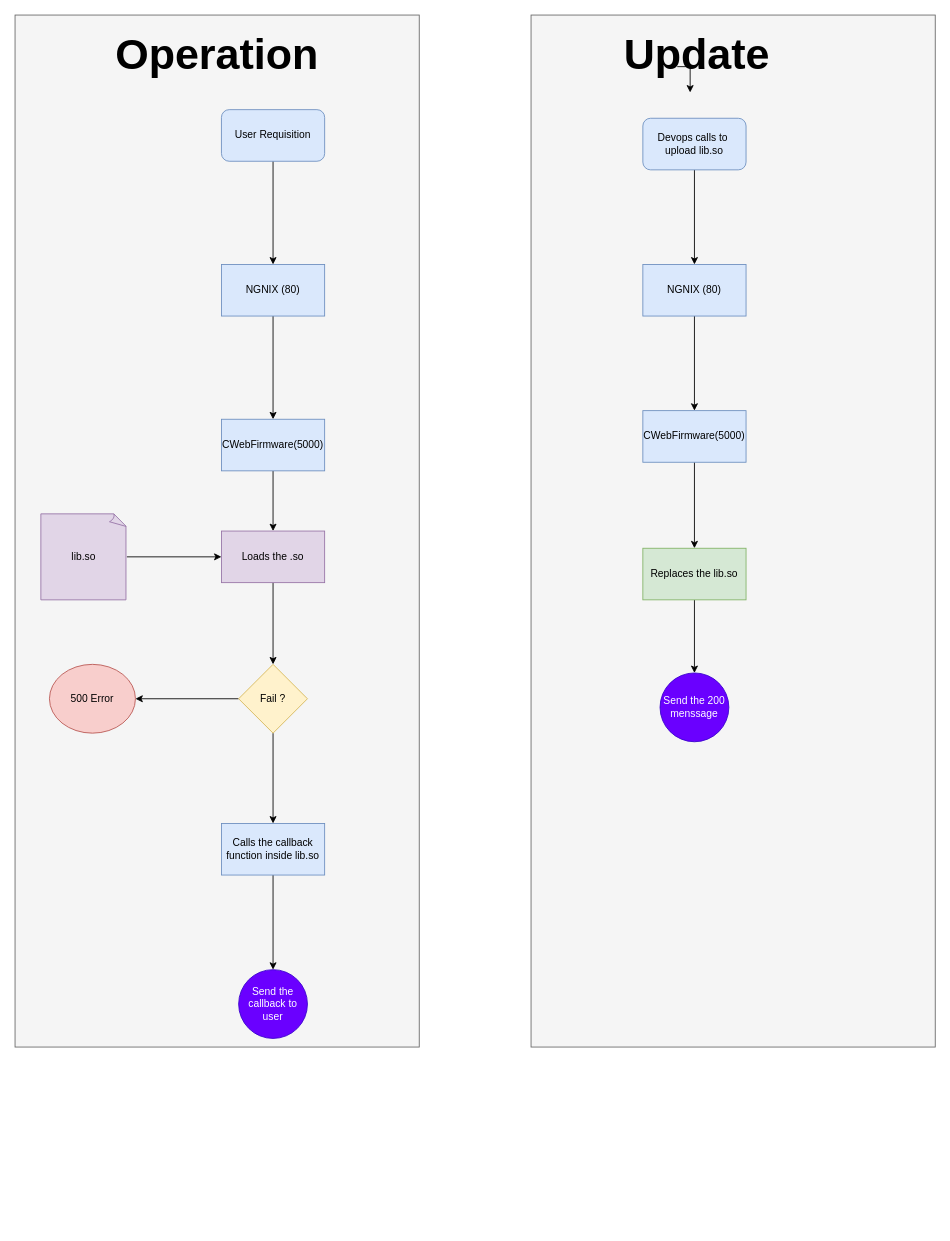
Earlier version of the draw.io diagram assets/firmware.drawio (OUIsolutions/CWebStudioFirmware). Source tidied: cells renumbered, new cells numbered last; positions are measured from the earlier drawing's top-left corner, leaving out a move shared by most shapes. Both pictures are drawn from the tidied source at 86%, with x=0, y=0 at pixel (15, 15).
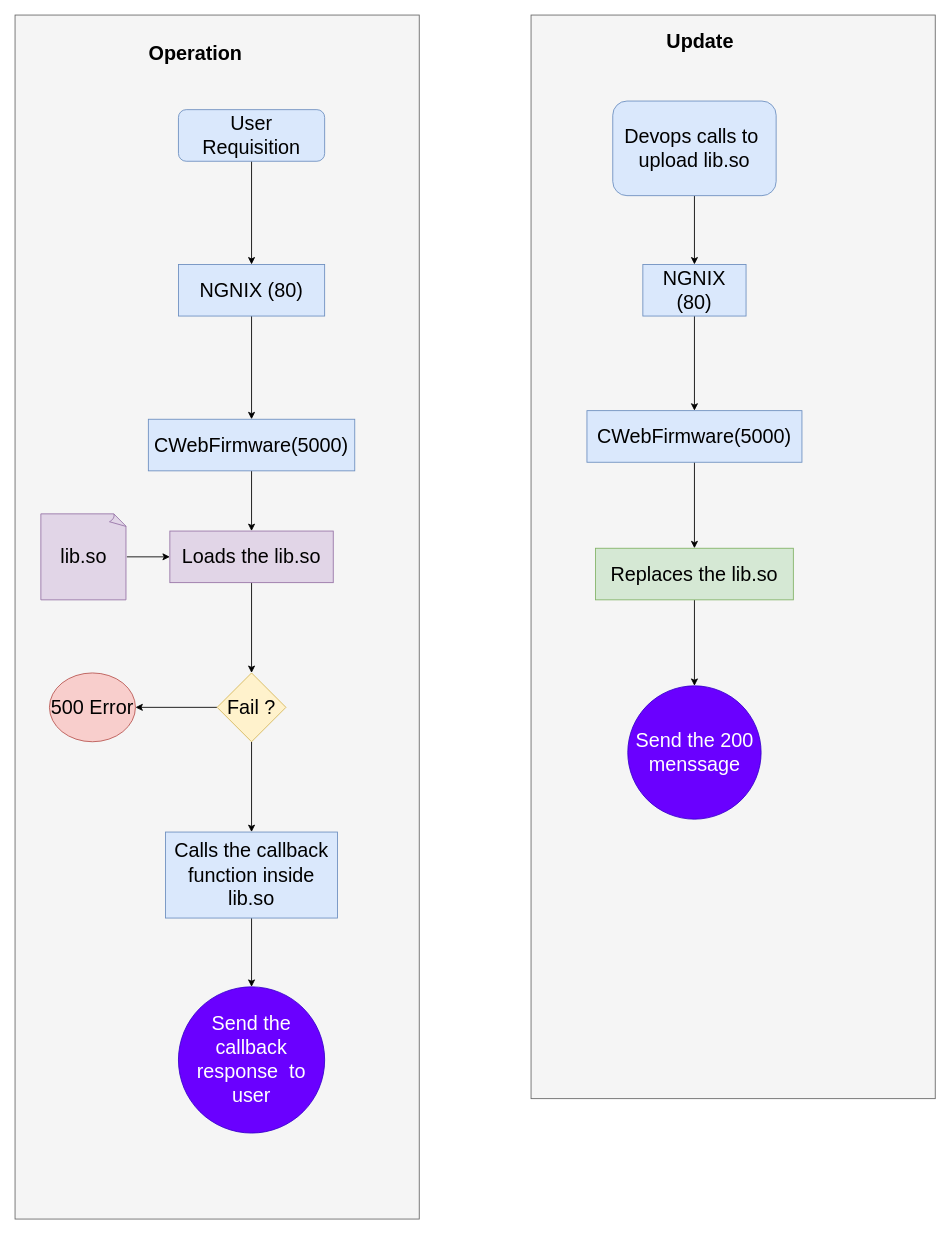
The same diagram, later.

Diff of the diagram source:
```diff
@@
-    <mxCell id="2" style="rounded=0;whiteSpace=wrap;html=1;fillColor=#f5f5f5;strokeColor=#666666;fontColor=#333333;" parent="1" vertex="1">
-      <mxGeometry x="600" width="470" height="1200" as="geometry" />
+    <mxCell id="2" style="rounded=0;whiteSpace=wrap;html=1;fillColor=#f5f5f5;strokeColor=#666666;fontColor=#333333;fontSize=23;" parent="1" vertex="1">
+      <mxGeometry x="600" width="470" height="1260" as="geometry" />
     </mxCell>
-    <mxCell id="3" style="rounded=0;whiteSpace=wrap;html=1;fillColor=#f5f5f5;strokeColor=#666666;fontColor=#333333;" parent="1" vertex="1">
-      <mxGeometry width="470" height="1200" as="geometry" />
+    <mxCell id="3" style="rounded=0;whiteSpace=wrap;html=1;fillColor=#f5f5f5;strokeColor=#666666;fontColor=#333333;fontSize=23;" parent="1" vertex="1">
+      <mxGeometry width="470" height="1400" as="geometry" />
     </mxCell>
-    <mxCell id="4" style="edgeStyle=orthogonalEdgeStyle;rounded=0;jettySize=auto;html=1;" parent="1" edge="1" source="5" target="7">
+    <mxCell id="4" style="edgeStyle=orthogonalEdgeStyle;rounded=0;jettySize=auto;html=1;fontSize=23;" parent="1" edge="1" source="5" target="7">
       <mxGeometry relative="1" as="geometry" />
     </mxCell>
-    <mxCell id="5" value="NGNIX (80)" style="rounded=0;whiteSpace=wrap;html=1;fillColor=#dae8fc;strokeColor=#6c8ebf;" parent="1" vertex="1">
-      <mxGeometry x="240" y="290" width="120" height="60" as="geometry" />
+    <mxCell id="5" value="NGNIX (80)" style="rounded=0;whiteSpace=wrap;html=1;fillColor=#dae8fc;strokeColor=#6c8ebf;fontSize=23;" parent="1" vertex="1">
+      <mxGeometry x="190" y="290" width="170" height="60" as="geometry" />
     </mxCell>
-    <mxCell id="6" style="edgeStyle=orthogonalEdgeStyle;rounded=0;jettySize=auto;html=1;entryX=0.5;entryY=0;entryDx=0;entryDy=0;" parent="1" edge="1" source="7" target="13">
+    <mxCell id="6" style="edgeStyle=orthogonalEdgeStyle;rounded=0;jettySize=auto;html=1;entryX=0.5;entryY=0;entryDx=0;entryDy=0;fontSize=23;" parent="1" edge="1" source="7" target="13">
       <mxGeometry relative="1" as="geometry" />
     </mxCell>
-    <mxCell id="7" value="CWebFirmware(5000)" style="rounded=0;whiteSpace=wrap;html=1;fillColor=#dae8fc;strokeColor=#6c8ebf;" parent="1" vertex="1">
-      <mxGeometry x="240" y="470" width="120" height="60" as="geometry" />
+    <mxCell id="7" value="CWebFirmware(5000)" style="rounded=0;whiteSpace=wrap;html=1;fillColor=#dae8fc;strokeColor=#6c8ebf;fontSize=23;" parent="1" vertex="1">
+      <mxGeometry x="155" y="470" width="240" height="60" as="geometry" />
     </mxCell>
-    <mxCell id="8" style="edgeStyle=orthogonalEdgeStyle;rounded=0;jettySize=auto;html=1;entryX=0.5;entryY=0;entryDx=0;entryDy=0;" parent="1" edge="1" source="9" target="5">
+    <mxCell id="8" style="edgeStyle=orthogonalEdgeStyle;rounded=0;jettySize=auto;html=1;entryX=0.5;entryY=0;entryDx=0;entryDy=0;fontSize=23;" parent="1" edge="1" source="9" target="5">
       <mxGeometry relative="1" as="geometry" />
     </mxCell>
-    <mxCell id="9" value="User Requisition" style="rounded=1;whiteSpace=wrap;html=1;fillColor=#dae8fc;strokeColor=#6c8ebf;" parent="1" vertex="1">
-      <mxGeometry x="240" y="110" width="120" height="60" as="geometry" />
+    <mxCell id="9" value="User Requisition" style="rounded=1;whiteSpace=wrap;html=1;fillColor=#dae8fc;strokeColor=#6c8ebf;fontSize=23;" parent="1" vertex="1">
+      <mxGeometry x="190" y="110" width="170" height="60" as="geometry" />
     </mxCell>
-    <mxCell id="10" style="edgeStyle=orthogonalEdgeStyle;rounded=0;jettySize=auto;html=1;" parent="1" edge="1" source="11" target="13">
+    <mxCell id="10" style="edgeStyle=orthogonalEdgeStyle;rounded=0;jettySize=auto;html=1;fontSize=23;" parent="1" edge="1" source="11" target="13">
       <mxGeometry relative="1" as="geometry" />
     </mxCell>
-    <mxCell id="11" value="lib.so" style="whiteSpace=wrap;html=1;shape=mxgraph.basic.document;fillColor=#e1d5e7;strokeColor=#9673a6;" parent="1" vertex="1">
+    <mxCell id="11" value="lib.so" style="whiteSpace=wrap;html=1;shape=mxgraph.basic.document;fillColor=#e1d5e7;strokeColor=#9673a6;fontSize=23;" parent="1" vertex="1">
       <mxGeometry x="30" y="580" width="100" height="100" as="geometry" />
     </mxCell>
-    <mxCell id="12" style="edgeStyle=orthogonalEdgeStyle;rounded=0;jettySize=auto;html=1;entryX=0.5;entryY=0;entryDx=0;entryDy=0;" parent="1" edge="1" source="13" target="16">
+    <mxCell id="12" style="edgeStyle=orthogonalEdgeStyle;rounded=0;jettySize=auto;html=1;entryX=0.5;entryY=0;entryDx=0;entryDy=0;fontSize=23;" parent="1" edge="1" source="13" target="16">
       <mxGeometry relative="1" as="geometry" />
     </mxCell>
-    <mxCell id="13" value="Loads the .so" style="rounded=0;whiteSpace=wrap;html=1;fillColor=#e1d5e7;strokeColor=#9673a6;" parent="1" vertex="1">
-      <mxGeometry x="240" y="600" width="120" height="60" as="geometry" />
+    <mxCell id="13" value="Loads the lib.so" style="rounded=0;whiteSpace=wrap;html=1;fillColor=#e1d5e7;strokeColor=#9673a6;fontSize=23;" parent="1" vertex="1">
+      <mxGeometry x="180" y="600" width="190" height="60" as="geometry" />
     </mxCell>
-    <mxCell id="14" style="edgeStyle=orthogonalEdgeStyle;rounded=0;jettySize=auto;html=1;" parent="1" edge="1" source="16" target="17">
+    <mxCell id="14" style="edgeStyle=orthogonalEdgeStyle;rounded=0;jettySize=auto;html=1;fontSize=23;" parent="1" edge="1" source="16" target="17">
       <mxGeometry relative="1" as="geometry" />
     </mxCell>
-    <mxCell id="15" style="edgeStyle=orthogonalEdgeStyle;rounded=0;jettySize=auto;html=1;" parent="1" edge="1" source="16" target="19">
+    <mxCell id="15" style="edgeStyle=orthogonalEdgeStyle;rounded=0;jettySize=auto;html=1;fontSize=23;" parent="1" edge="1" source="16" target="19">
       <mxGeometry relative="1" as="geometry" />
     </mxCell>
-    <mxCell id="16" value="Fail ?" style="rhombus;whiteSpace=wrap;html=1;fillColor=#fff2cc;strokeColor=#d6b656;" parent="1" vertex="1">
-      <mxGeometry x="260" y="755" width="80" height="80" as="geometry" />
+    <mxCell id="16" value="Fail ?" style="rhombus;whiteSpace=wrap;html=1;fillColor=#fff2cc;strokeColor=#d6b656;fontSize=23;" parent="1" vertex="1">
+      <mxGeometry x="235" y="765" width="80" height="80" as="geometry" />
     </mxCell>
-    <mxCell id="17" value="500 Error" style="ellipse;whiteSpace=wrap;html=1;fillColor=#f8cecc;strokeColor=#b85450;" parent="1" vertex="1">
-      <mxGeometry x="40" y="755" width="100" height="80" as="geometry" />
+    <mxCell id="17" value="500 Error" style="ellipse;whiteSpace=wrap;html=1;fillColor=#f8cecc;strokeColor=#b85450;fontSize=23;" parent="1" vertex="1">
+      <mxGeometry x="40" y="765" width="100" height="80" as="geometry" />
     </mxCell>
-    <mxCell id="18" style="edgeStyle=orthogonalEdgeStyle;rounded=0;jettySize=auto;html=1;" parent="1" edge="1" source="19" target="20">
+    <mxCell id="18" style="edgeStyle=orthogonalEdgeStyle;rounded=0;jettySize=auto;html=1;fontSize=23;" parent="1" edge="1" source="19" target="20">
       <mxGeometry relative="1" as="geometry" />
     </mxCell>
-    <mxCell id="19" value="Calls the callback function inside lib.so" style="rounded=0;whiteSpace=wrap;html=1;fillColor=#dae8fc;strokeColor=#6c8ebf;" parent="1" vertex="1">
-      <mxGeometry x="240" y="940" width="120" height="60" as="geometry" />
+    <mxCell id="19" value="Calls the callback function inside lib.so" style="rounded=0;whiteSpace=wrap;html=1;fillColor=#dae8fc;strokeColor=#6c8ebf;fontSize=23;" parent="1" vertex="1">
+      <mxGeometry x="175" y="950" width="200" height="100" as="geometry" />
     </mxCell>
-    <mxCell id="20" value="Send the callback to user" style="ellipse;whiteSpace=wrap;html=1;fillColor=#6a00ff;fontColor=#ffffff;strokeColor=#3700CC;" parent="1" vertex="1">
-      <mxGeometry x="260" y="1110" width="80" height="80" as="geometry" />
+    <mxCell id="20" value="Send the callback response&amp;nbsp; to user" style="ellipse;whiteSpace=wrap;html=1;fillColor=#6a00ff;fontColor=#ffffff;strokeColor=#3700CC;fontSize=23;" parent="1" vertex="1">
+      <mxGeometry x="190" y="1130" width="170" height="170" as="geometry" />
     </mxCell>
-    <mxCell id="21" style="edgeStyle=orthogonalEdgeStyle;rounded=0;jettySize=auto;html=1;" parent="1" edge="1" source="22" target="24">
+    <mxCell id="21" style="edgeStyle=orthogonalEdgeStyle;rounded=0;jettySize=auto;html=1;fontSize=23;" parent="1" edge="1" source="22" target="24">
       <mxGeometry relative="1" as="geometry" />
     </mxCell>
-    <mxCell id="22" value="Devops calls to&amp;nbsp; upload lib.so" style="rounded=1;whiteSpace=wrap;html=1;fillColor=#dae8fc;strokeColor=#6c8ebf;" parent="1" vertex="1">
-      <mxGeometry x="730" y="120" width="120" height="60" as="geometry" />
+    <mxCell id="22" value="Devops calls to&amp;nbsp; upload lib.so" style="rounded=1;whiteSpace=wrap;html=1;fillColor=#dae8fc;strokeColor=#6c8ebf;fontSize=23;" parent="1" vertex="1">
+      <mxGeometry x="695" y="100" width="190" height="110" as="geometry" />
     </mxCell>
-    <mxCell id="23" style="edgeStyle=orthogonalEdgeStyle;rounded=0;jettySize=auto;html=1;entryX=0.5;entryY=0;entryDx=0;entryDy=0;" parent="1" edge="1" source="24" target="26">
+    <mxCell id="23" style="edgeStyle=orthogonalEdgeStyle;rounded=0;jettySize=auto;html=1;entryX=0.5;entryY=0;entryDx=0;entryDy=0;fontSize=23;" parent="1" edge="1" source="24" target="26">
       <mxGeometry relative="1" as="geometry" />
     </mxCell>
-    <mxCell id="24" value="NGNIX (80)" style="rounded=0;whiteSpace=wrap;html=1;fillColor=#dae8fc;strokeColor=#6c8ebf;" parent="1" vertex="1">
+    <mxCell id="24" value="NGNIX (80)" style="rounded=0;whiteSpace=wrap;html=1;fillColor=#dae8fc;strokeColor=#6c8ebf;fontSize=23;" parent="1" vertex="1">
       <mxGeometry x="730" y="290" width="120" height="60" as="geometry" />
     </mxCell>
-    <mxCell id="25" style="edgeStyle=orthogonalEdgeStyle;rounded=0;jettySize=auto;html=1;" parent="1" edge="1" source="26" target="28">
+    <mxCell id="25" style="edgeStyle=orthogonalEdgeStyle;rounded=0;jettySize=auto;html=1;fontSize=23;" parent="1" edge="1" source="26" target="28">
       <mxGeometry relative="1" as="geometry" />
     </mxCell>
-    <mxCell id="26" value="CWebFirmware(5000)" style="rounded=0;whiteSpace=wrap;html=1;fillColor=#dae8fc;strokeColor=#6c8ebf;" parent="1" vertex="1">
-      <mxGeometry x="730" y="460" width="120" height="60" as="geometry" />
+    <mxCell id="26" value="CWebFirmware(5000)" style="rounded=0;whiteSpace=wrap;html=1;fillColor=#dae8fc;strokeColor=#6c8ebf;fontSize=23;" parent="1" vertex="1">
+      <mxGeometry x="665" y="460" width="250" height="60" as="geometry" />
     </mxCell>
-    <mxCell id="27" style="edgeStyle=orthogonalEdgeStyle;rounded=0;jettySize=auto;html=1;entryX=0.5;entryY=0;entryDx=0;entryDy=0;" parent="1" edge="1" source="28" target="29">
+    <mxCell id="27" style="edgeStyle=orthogonalEdgeStyle;rounded=0;jettySize=auto;html=1;entryX=0.5;entryY=0;entryDx=0;entryDy=0;fontSize=23;" parent="1" edge="1" source="28" target="29">
       <mxGeometry relative="1" as="geometry" />
     </mxCell>
-    <mxCell id="28" value="Replaces the lib.so" style="rounded=0;whiteSpace=wrap;html=1;fillColor=#d5e8d4;strokeColor=#82b366;" parent="1" vertex="1">
-      <mxGeometry x="730" y="620" width="120" height="60" as="geometry" />
+    <mxCell id="28" value="Replaces the lib.so" style="rounded=0;whiteSpace=wrap;html=1;fillColor=#d5e8d4;strokeColor=#82b366;fontSize=23;" parent="1" vertex="1">
+      <mxGeometry x="675" y="620" width="230" height="60" as="geometry" />
     </mxCell>
-    <mxCell id="29" value="Send the 200 menssage" style="ellipse;whiteSpace=wrap;html=1;fillColor=#6a00ff;fontColor=#ffffff;strokeColor=#3700CC;" parent="1" vertex="1">
-      <mxGeometry x="750" y="765" width="80" height="80" as="geometry" />
+    <mxCell id="29" value="Send the 200 menssage" style="ellipse;whiteSpace=wrap;html=1;fillColor=#6a00ff;fontColor=#ffffff;strokeColor=#3700CC;fontSize=23;" parent="1" vertex="1">
+      <mxGeometry x="712.5" y="780" width="155" height="155" as="geometry" />
     </mxCell>
-    <mxCell id="30" value="&lt;b&gt;&lt;font style=&quot;font-size: 50px;&quot;&gt;Operation&lt;/font&gt;&lt;/b&gt;" style="text;html=1;align=center;verticalAlign=middle;whiteSpace=wrap;rounded=0;" parent="1" vertex="1">
-      <mxGeometry x="205" y="30" width="60" height="30" as="geometry" />
+    <mxCell id="30" value="&lt;b&gt;&lt;font&gt;Operation&lt;/font&gt;&lt;/b&gt;" style="text;html=1;align=center;verticalAlign=middle;whiteSpace=wrap;rounded=0;fontSize=23;" parent="1" vertex="1">
+      <mxGeometry x="180" y="30" width="60" height="30" as="geometry" />
     </mxCell>
-    <mxCell id="31" value="&lt;b&gt;&lt;font style=&quot;font-size: 50px;&quot;&gt;Update&amp;nbsp;&lt;/font&gt;&lt;/b&gt;&lt;div&gt;&lt;b&gt;&lt;font style=&quot;font-size: 50px;&quot;&gt;&lt;br&gt;&lt;/font&gt;&lt;/b&gt;&lt;/div&gt;" style="text;html=1;align=center;verticalAlign=middle;whiteSpace=wrap;rounded=0;" parent="1" vertex="1">
-      <mxGeometry x="770" y="60" width="60" height="30" as="geometry" />
+    <mxCell id="31" value="&lt;b&gt;&lt;font&gt;Update&amp;nbsp;&lt;/font&gt;&lt;/b&gt;&lt;div&gt;&lt;b&gt;&lt;font&gt;&lt;br&gt;&lt;/font&gt;&lt;/b&gt;&lt;/div&gt;" style="text;html=1;align=center;verticalAlign=middle;whiteSpace=wrap;rounded=0;fontSize=23;" parent="1" vertex="1">
+      <mxGeometry x="700" width="200" height="90" as="geometry" />
     </mxCell>
-    <mxCell id="32" style="edgeStyle=orthogonalEdgeStyle;rounded=0;orthogonalLoop=1;jettySize=auto;html=1;exitX=0;exitY=0;exitDx=0;exitDy=0;entryX=0.25;entryY=1;entryDx=0;entryDy=0;" parent="1" edge="1" source="31" target="31">
-      <mxGeometry relative="1" as="geometry" />
-    </mxCell>
-    <mxCell id="33" style="edgeStyle=orthogonalEdgeStyle;rounded=0;orthogonalLoop=1;jettySize=auto;html=1;exitX=0.5;exitY=1;exitDx=0;exitDy=0;" parent="1" edge="1" source="3" target="3">
+    <mxCell id="33" style="edgeStyle=orthogonalEdgeStyle;rounded=0;orthogonalLoop=1;jettySize=auto;html=1;exitX=0.5;exitY=1;exitDx=0;exitDy=0;fontSize=23;" parent="1" edge="1" source="3" target="3">
       <mxGeometry relative="1" as="geometry" />
     </mxCell>
```
